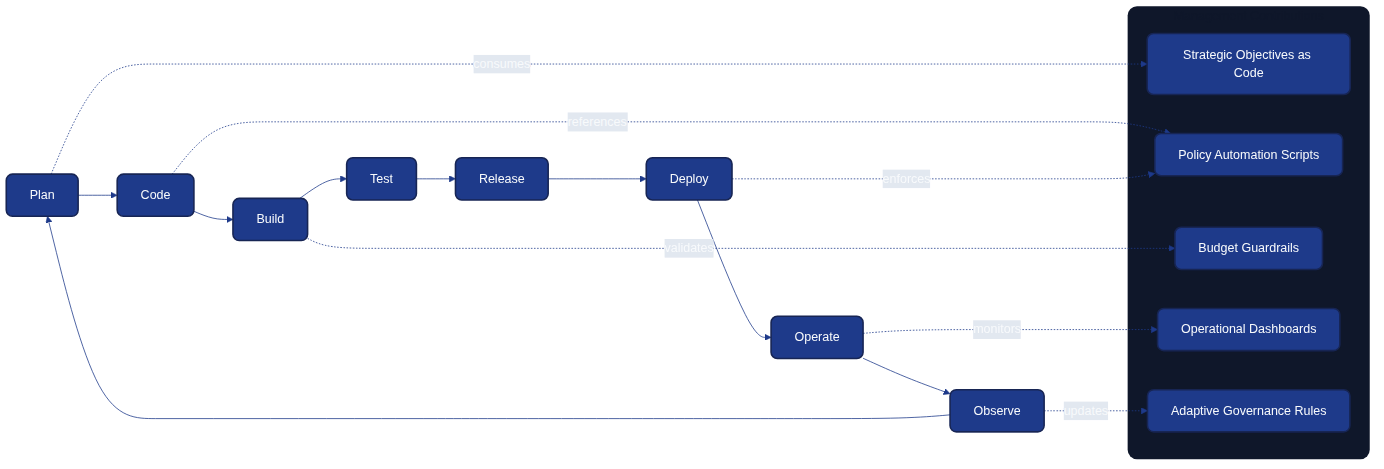
This is docs/images/diagram_19_devops_management_loop.png from Geonitab/architecture_as_code, a Mermaid export, as it was before one commit. Its source is kept beside it as docs/images/diagram_19_devops_management_loop.mmd.
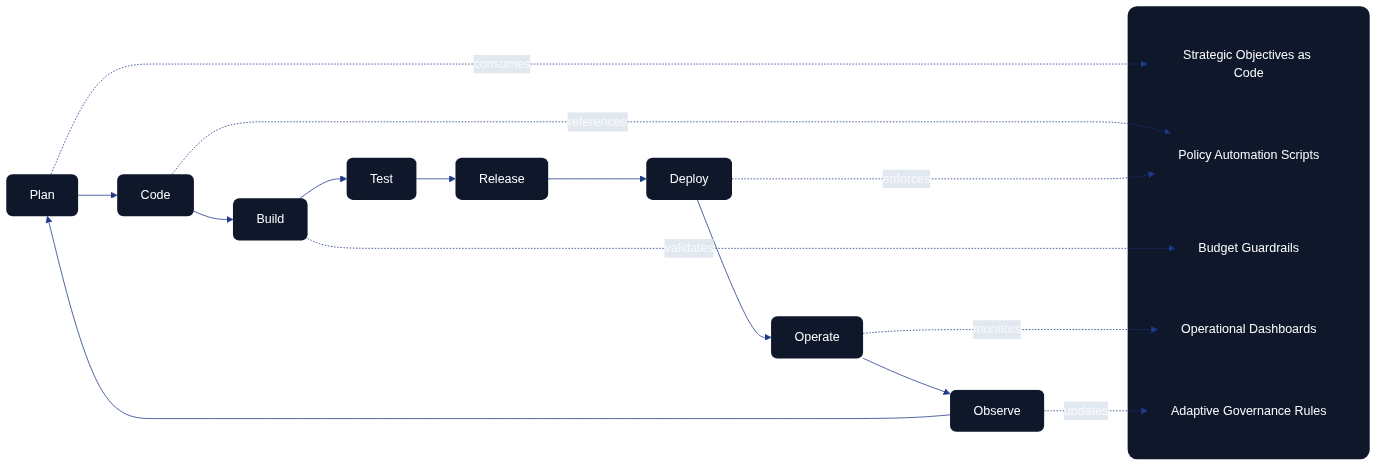
After the commit.

Commit message:
Apply Kvadrat styling classes to improve diagram contrast

Change to the diagram source:
```diff
@@ -1,19 +1,19 @@
 flowchart LR
-    A[Plan] --> B[Code]
-    B --> C[Build]
-    C --> D[Test]
-    D --> E[Release]
-    E --> F[Deploy]
-    F --> G[Operate]
-    G --> H[Observe]
+    A[Plan]:::kv-primary --> B[Code]:::kv-primary
+    B --> C[Build]:::kv-primary
+    C --> D[Test]:::kv-primary
+    D --> E[Release]:::kv-primary
+    E --> F[Deploy]:::kv-primary
+    F --> G[Operate]:::kv-primary
+    G --> H[Observe]:::kv-primary
     H --> A
 
     subgraph Management Contributions
-        MA[Strategic Objectives as Code]
-        MB[Policy Automation Scripts]
-        MC[Budget Guardrails]
-        MD[Operational Dashboards]
-        ME[Adaptive Governance Rules]
+        MA[Strategic Objectives as Code]:::kv-highlight
+        MB[Policy Automation Scripts]:::kv-highlight
+        MC[Budget Guardrails]:::kv-highlight
+        MD[Operational Dashboards]:::kv-highlight
+        ME[Adaptive Governance Rules]:::kv-highlight
     end
 
     A -. consumes .-> MA
```
